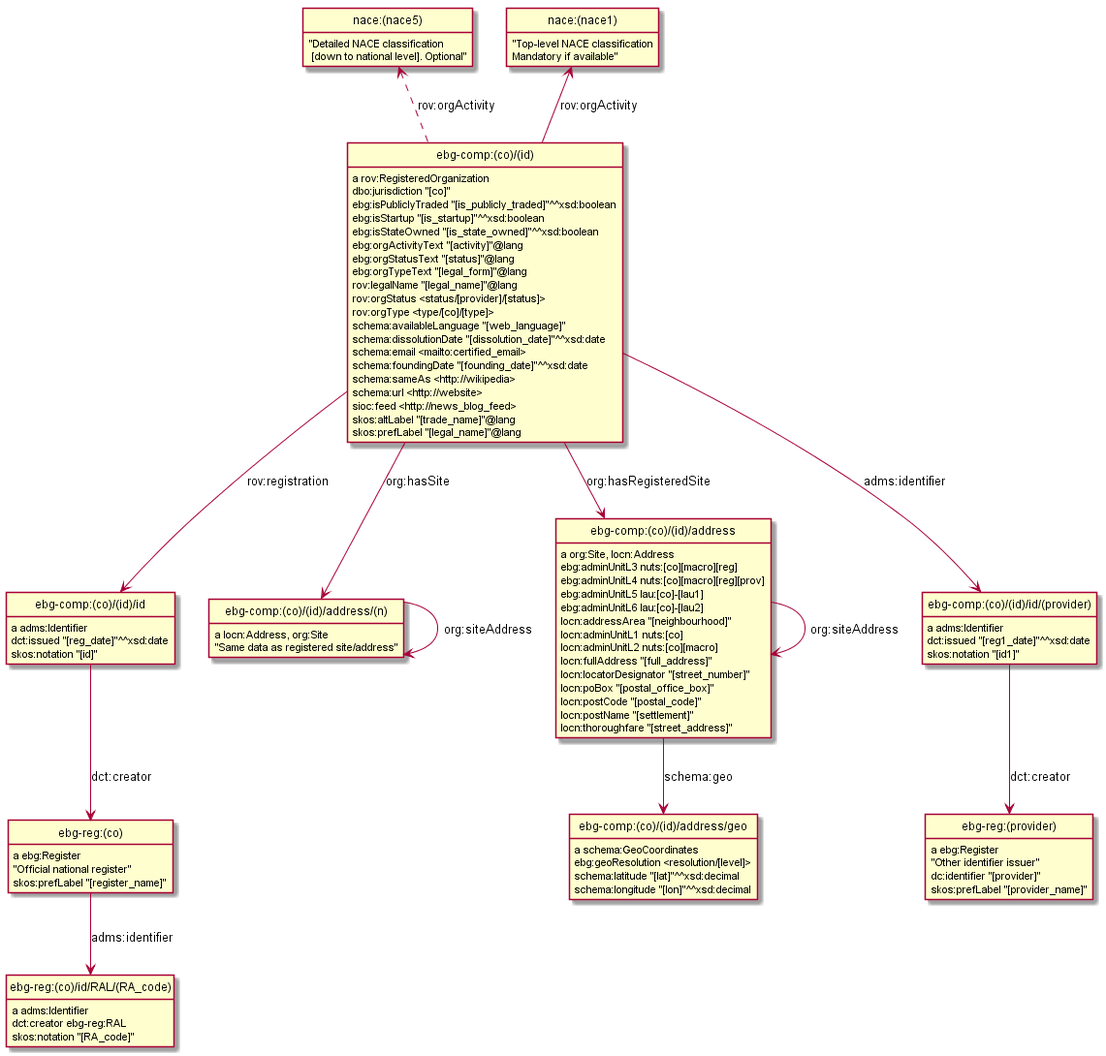
euBusinessGraph/eubg-data keeps this PlantUML diagram as model/company.png. Above is the earlier version. Source of this version:
```plantuml
@startuml
hide empty methods
hide empty attributes
hide circle
skinparam classAttributeIconSize 0
class ebg_comp_co_id_id as "ebg-comp:(co)/(id)/id"
ebg_comp_co_id_id : a adms:Identifier
class ebg_reg_co_ as "ebg-reg:(co)"
ebg_comp_co_id_id --> ebg_reg_co_ : dct:creator
ebg_comp_co_id_id : dct:issued "[reg_date]"^^xsd:date
ebg_comp_co_id_id : skos:notation "[id]"
class ebg_comp_co_id_ as "ebg-comp:(co)/(id)"
ebg_comp_co_id_ : a rov:RegisteredOrganization
class nace_nace1_ as "nace:(nace1)"
ebg_comp_co_id_ -up-> nace_nace1_ : rov:orgActivity
class nace_nace5_ as "nace:(nace5)"
ebg_comp_co_id_ .up.> nace_nace5_ : rov:orgActivity
class ebg_comp_co_id_address_n_ as "ebg-comp:(co)/(id)/address/(n)"
ebg_comp_co_id_ --> ebg_comp_co_id_address_n_ : org:hasSite
class ebg_comp_co_id_address as "ebg-comp:(co)/(id)/address"
ebg_comp_co_id_ --> ebg_comp_co_id_address : org:hasRegisteredSite
ebg_comp_co_id_ --> ebg_comp_co_id_id : rov:registration
class ebg_comp_co_id_id_provider_ as "ebg-comp:(co)/(id)/id/(provider)"
ebg_comp_co_id_ --> ebg_comp_co_id_id_provider_ : adms:identifier
ebg_comp_co_id_ : dbo:jurisdiction "[co]"
ebg_comp_co_id_ : ebg:isPubliclyTraded "[is_publicly_traded]"^^xsd:boolean
ebg_comp_co_id_ : ebg:isStartup "[is_startup]"^^xsd:boolean
ebg_comp_co_id_ : ebg:isStateOwned "[is_state_owned]"^^xsd:boolean
ebg_comp_co_id_ : ebg:orgActivityText "[activity]"@lang
ebg_comp_co_id_ : ebg:orgStatusText "[status]"@lang
ebg_comp_co_id_ : ebg:orgTypeText "[legal_form]"@lang
ebg_comp_co_id_ : rov:legalName "[legal_name]"@lang
ebg_comp_co_id_ : rov:orgStatus <status/[provider]/[status]>
ebg_comp_co_id_ : rov:orgType <type/[co]/[type]>
ebg_comp_co_id_ : schema:availableLanguage "[web_language]"
ebg_comp_co_id_ : schema:dissolutionDate "[dissolution_date]"^^xsd:date
ebg_comp_co_id_ : schema:email <mailto:certified_email>
ebg_comp_co_id_ : schema:foundingDate "[founding_date]"^^xsd:date
ebg_comp_co_id_ : schema:sameAs <http://wikipedia>
ebg_comp_co_id_ : schema:url <http://website>
ebg_comp_co_id_ : sioc:feed <http://news_blog_feed>
ebg_comp_co_id_ : skos:altLabel "[trade_name]"@lang
ebg_comp_co_id_ : skos:prefLabel "[legal_name]"@lang
class ebg_reg_provider_ as "ebg-reg:(provider)"
ebg_reg_provider_ : a ebg:Register
ebg_reg_provider_ :  "Other identifier issuer"
ebg_reg_provider_ : dc:identifier "[provider]"
ebg_reg_provider_ : skos:prefLabel "[provider_name]"
nace_nace1_ :  "Top-level NACE classification\nMandatory if available"
nace_nace5_ :  "Detailed NACE classification\n [down to national level]. Optional"
ebg_comp_co_id_id_provider_ : a adms:Identifier
ebg_comp_co_id_id_provider_ --> ebg_reg_provider_ : dct:creator
ebg_comp_co_id_id_provider_ : dct:issued "[reg1_date]"^^xsd:date
ebg_comp_co_id_id_provider_ : skos:notation "[id1]"
ebg_comp_co_id_address : a org:Site, locn:Address
ebg_comp_co_id_address --> ebg_comp_co_id_address : org:siteAddress
class ebg_comp_co_id_address_geo as "ebg-comp:(co)/(id)/address/geo"
ebg_comp_co_id_address --> ebg_comp_co_id_address_geo : schema:geo
ebg_comp_co_id_address : ebg:adminUnitL3 nuts:[co][macro][reg]
ebg_comp_co_id_address : ebg:adminUnitL4 nuts:[co][macro][reg][prov]
ebg_comp_co_id_address : ebg:adminUnitL5 lau:[co]-[lau1]
ebg_comp_co_id_address : ebg:adminUnitL6 lau:[co]-[lau2]
ebg_comp_co_id_address : locn:addressArea "[neighbourhood]"
ebg_comp_co_id_address : locn:adminUnitL1 nuts:[co]
ebg_comp_co_id_address : locn:adminUnitL2 nuts:[co][macro]
ebg_comp_co_id_address : locn:fullAddress "[full_address]"
ebg_comp_co_id_address : locn:locatorDesignator "[street_number]"
ebg_comp_co_id_address : locn:poBox "[postal_office_box]"
ebg_comp_co_id_address : locn:postCode "[postal_code]"
ebg_comp_co_id_address : locn:postName "[settlement]"
ebg_comp_co_id_address : locn:thoroughfare "[street_address]"
ebg_comp_co_id_address_n_ : a locn:Address, org:Site
ebg_comp_co_id_address_n_ --> ebg_comp_co_id_address_n_ : org:siteAddress
ebg_comp_co_id_address_n_ :  "Same data as registered site/address"
ebg_reg_co_ : a ebg:Register
class ebg_reg_co_id_RAL_RA_code_ as "ebg-reg:(co)/id/RAL/(RA_code)"
ebg_reg_co_ --> ebg_reg_co_id_RAL_RA_code_ : adms:identifier
ebg_reg_co_ :  "Official national register"
ebg_reg_co_ : skos:prefLabel "[register_name]"
ebg_comp_co_id_address_geo : a schema:GeoCoordinates
ebg_comp_co_id_address_geo : ebg:geoResolution <resolution/[level]>
ebg_comp_co_id_address_geo : schema:latitude "[lat]"^^xsd:decimal
ebg_comp_co_id_address_geo : schema:longitude "[lon]"^^xsd:decimal
ebg_reg_co_id_RAL_RA_code_ : a adms:Identifier
ebg_reg_co_id_RAL_RA_code_ : dct:creator ebg-reg:RAL
ebg_reg_co_id_RAL_RA_code_ : skos:notation "[RA_code]"
@enduml
```
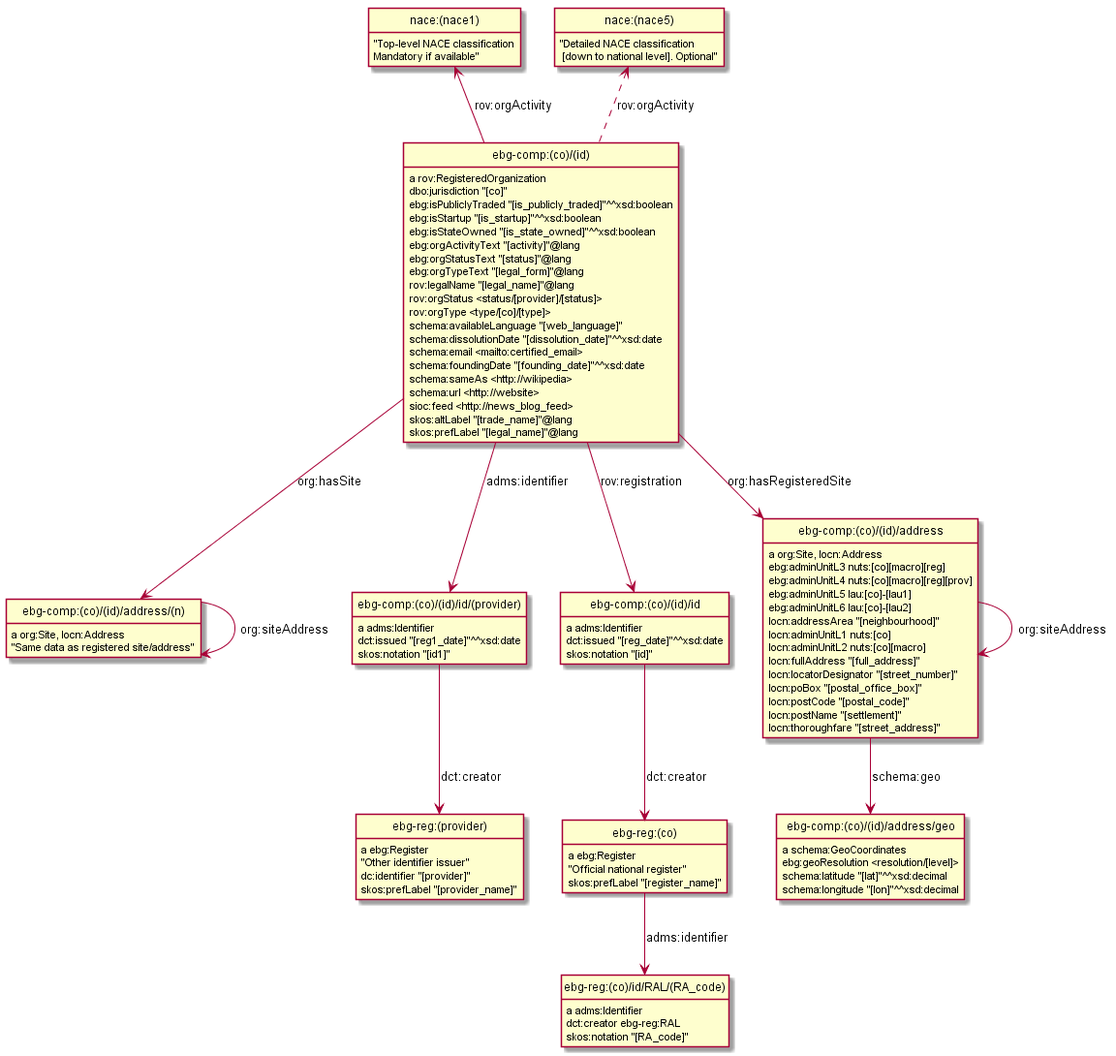
The same file after the commit.

Diff of the diagram source:
```diff
@@ -3,25 +3,29 @@
 hide empty attributes
 hide circle
 skinparam classAttributeIconSize 0
-class ebg_comp_co_id_id as "ebg-comp:(co)/(id)/id"
-ebg_comp_co_id_id : a adms:Identifier
 class ebg_reg_co_ as "ebg-reg:(co)"
-ebg_comp_co_id_id --> ebg_reg_co_ : dct:creator
-ebg_comp_co_id_id : dct:issued "[reg_date]"^^xsd:date
-ebg_comp_co_id_id : skos:notation "[id]"
+ebg_reg_co_ : a ebg:Register
+class ebg_reg_co_id_RAL_RA_code_ as "ebg-reg:(co)/id/RAL/(RA_code)"
+ebg_reg_co_ --> ebg_reg_co_id_RAL_RA_code_ : adms:identifier
+ebg_reg_co_ :  "Official national register"
+ebg_reg_co_ : skos:prefLabel "[register_name]"
+ebg_reg_co_id_RAL_RA_code_ : a adms:Identifier
+ebg_reg_co_id_RAL_RA_code_ : dct:creator ebg-reg:RAL
+ebg_reg_co_id_RAL_RA_code_ : skos:notation "[RA_code]"
 class ebg_comp_co_id_ as "ebg-comp:(co)/(id)"
 ebg_comp_co_id_ : a rov:RegisteredOrganization
+class ebg_comp_co_id_address_n_ as "ebg-comp:(co)/(id)/address/(n)"
+ebg_comp_co_id_ --> ebg_comp_co_id_address_n_ : org:hasSite
+class nace_nace5_ as "nace:(nace5)"
+ebg_comp_co_id_ .up.> nace_nace5_ : rov:orgActivity
+class ebg_comp_co_id_id_provider_ as "ebg-comp:(co)/(id)/id/(provider)"
+ebg_comp_co_id_ --> ebg_comp_co_id_id_provider_ : adms:identifier
+class ebg_comp_co_id_id as "ebg-comp:(co)/(id)/id"
+ebg_comp_co_id_ --> ebg_comp_co_id_id : rov:registration
+class ebg_comp_co_id_address as "ebg-comp:(co)/(id)/address"
+ebg_comp_co_id_ --> ebg_comp_co_id_address : org:hasRegisteredSite
 class nace_nace1_ as "nace:(nace1)"
 ebg_comp_co_id_ -up-> nace_nace1_ : rov:orgActivity
-class nace_nace5_ as "nace:(nace5)"
-ebg_comp_co_id_ .up.> nace_nace5_ : rov:orgActivity
-class ebg_comp_co_id_address_n_ as "ebg-comp:(co)/(id)/address/(n)"
-ebg_comp_co_id_ --> ebg_comp_co_id_address_n_ : org:hasSite
-class ebg_comp_co_id_address as "ebg-comp:(co)/(id)/address"
-ebg_comp_co_id_ --> ebg_comp_co_id_address : org:hasRegisteredSite
-ebg_comp_co_id_ --> ebg_comp_co_id_id : rov:registration
-class ebg_comp_co_id_id_provider_ as "ebg-comp:(co)/(id)/id/(provider)"
-ebg_comp_co_id_ --> ebg_comp_co_id_id_provider_ : adms:identifier
 ebg_comp_co_id_ : dbo:jurisdiction "[co]"
 ebg_comp_co_id_ : ebg:isPubliclyTraded "[is_publicly_traded]"^^xsd:boolean
 ebg_comp_co_id_ : ebg:isStartup "[is_startup]"^^xsd:boolean
@@ -41,21 +45,24 @@
 ebg_comp_co_id_ : sioc:feed <http://news_blog_feed>
 ebg_comp_co_id_ : skos:altLabel "[trade_name]"@lang
 ebg_comp_co_id_ : skos:prefLabel "[legal_name]"@lang
+ebg_comp_co_id_id : a adms:Identifier
+ebg_comp_co_id_id --> ebg_reg_co_ : dct:creator
+ebg_comp_co_id_id : dct:issued "[reg_date]"^^xsd:date
+ebg_comp_co_id_id : skos:notation "[id]"
+class ebg_comp_co_id_address_geo as "ebg-comp:(co)/(id)/address/geo"
+ebg_comp_co_id_address_geo : a schema:GeoCoordinates
+ebg_comp_co_id_address_geo : ebg:geoResolution <resolution/[level]>
+ebg_comp_co_id_address_geo : schema:latitude "[lat]"^^xsd:decimal
+ebg_comp_co_id_address_geo : schema:longitude "[lon]"^^xsd:decimal
+ebg_comp_co_id_id_provider_ : a adms:Identifier
 class ebg_reg_provider_ as "ebg-reg:(provider)"
-ebg_reg_provider_ : a ebg:Register
-ebg_reg_provider_ :  "Other identifier issuer"
-ebg_reg_provider_ : dc:identifier "[provider]"
-ebg_reg_provider_ : skos:prefLabel "[provider_name]"
-nace_nace1_ :  "Top-level NACE classification\nMandatory if available"
-nace_nace5_ :  "Detailed NACE classification\n [down to national level]. Optional"
-ebg_comp_co_id_id_provider_ : a adms:Identifier
 ebg_comp_co_id_id_provider_ --> ebg_reg_provider_ : dct:creator
 ebg_comp_co_id_id_provider_ : dct:issued "[reg1_date]"^^xsd:date
 ebg_comp_co_id_id_provider_ : skos:notation "[id1]"
+nace_nace1_ :  "Top-level NACE classification\nMandatory if available"
 ebg_comp_co_id_address : a org:Site, locn:Address
+ebg_comp_co_id_address --> ebg_comp_co_id_address_geo : schema:geo
 ebg_comp_co_id_address --> ebg_comp_co_id_address : org:siteAddress
-class ebg_comp_co_id_address_geo as "ebg-comp:(co)/(id)/address/geo"
-ebg_comp_co_id_address --> ebg_comp_co_id_address_geo : schema:geo
 ebg_comp_co_id_address : ebg:adminUnitL3 nuts:[co][macro][reg]
 ebg_comp_co_id_address : ebg:adminUnitL4 nuts:[co][macro][reg][prov]
 ebg_comp_co_id_address : ebg:adminUnitL5 lau:[co]-[lau1]
@@ -69,19 +76,12 @@
 ebg_comp_co_id_address : locn:postCode "[postal_code]"
 ebg_comp_co_id_address : locn:postName "[settlement]"
 ebg_comp_co_id_address : locn:thoroughfare "[street_address]"
-ebg_comp_co_id_address_n_ : a locn:Address, org:Site
+nace_nace5_ :  "Detailed NACE classification\n [down to national level]. Optional"
+ebg_reg_provider_ : a ebg:Register
+ebg_reg_provider_ :  "Other identifier issuer"
+ebg_reg_provider_ : dc:identifier "[provider]"
+ebg_reg_provider_ : skos:prefLabel "[provider_name]"
+ebg_comp_co_id_address_n_ : a org:Site, locn:Address
 ebg_comp_co_id_address_n_ --> ebg_comp_co_id_address_n_ : org:siteAddress
 ebg_comp_co_id_address_n_ :  "Same data as registered site/address"
-ebg_reg_co_ : a ebg:Register
-class ebg_reg_co_id_RAL_RA_code_ as "ebg-reg:(co)/id/RAL/(RA_code)"
-ebg_reg_co_ --> ebg_reg_co_id_RAL_RA_code_ : adms:identifier
-ebg_reg_co_ :  "Official national register"
-ebg_reg_co_ : skos:prefLabel "[register_name]"
-ebg_comp_co_id_address_geo : a schema:GeoCoordinates
-ebg_comp_co_id_address_geo : ebg:geoResolution <resolution/[level]>
-ebg_comp_co_id_address_geo : schema:latitude "[lat]"^^xsd:decimal
-ebg_comp_co_id_address_geo : schema:longitude "[lon]"^^xsd:decimal
-ebg_reg_co_id_RAL_RA_code_ : a adms:Identifier
-ebg_reg_co_id_RAL_RA_code_ : dct:creator ebg-reg:RAL
-ebg_reg_co_id_RAL_RA_code_ : skos:notation "[RA_code]"
 @enduml
```
